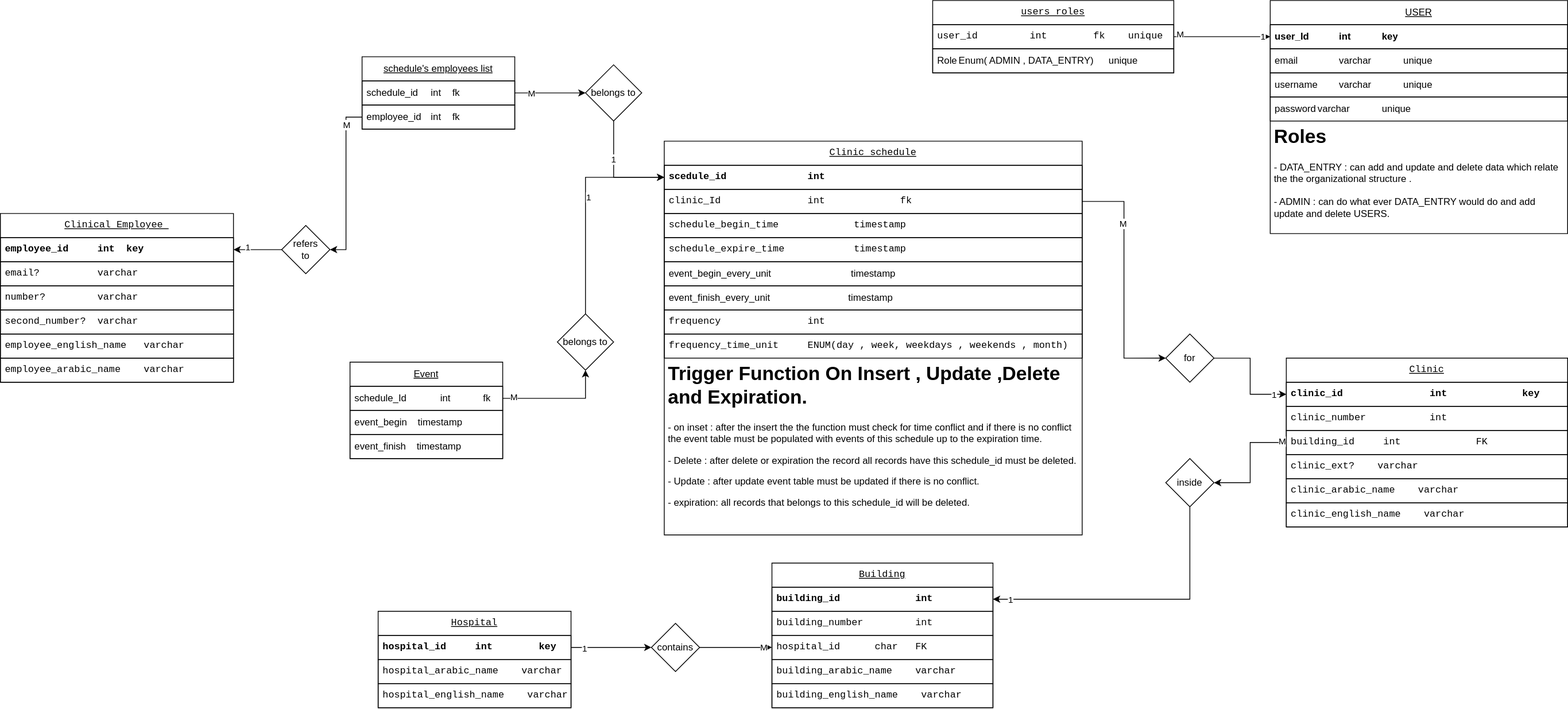
Abdullah-Khawahir/clinics-schedules keeps this draw.io diagram as etc/imgs/database.drawio.svg. Above is the earlier version. Source tidied: cells renumbered, new cells last; positions are measured from the earlier drawing's top-left corner, leaving out a move shared by most shapes.
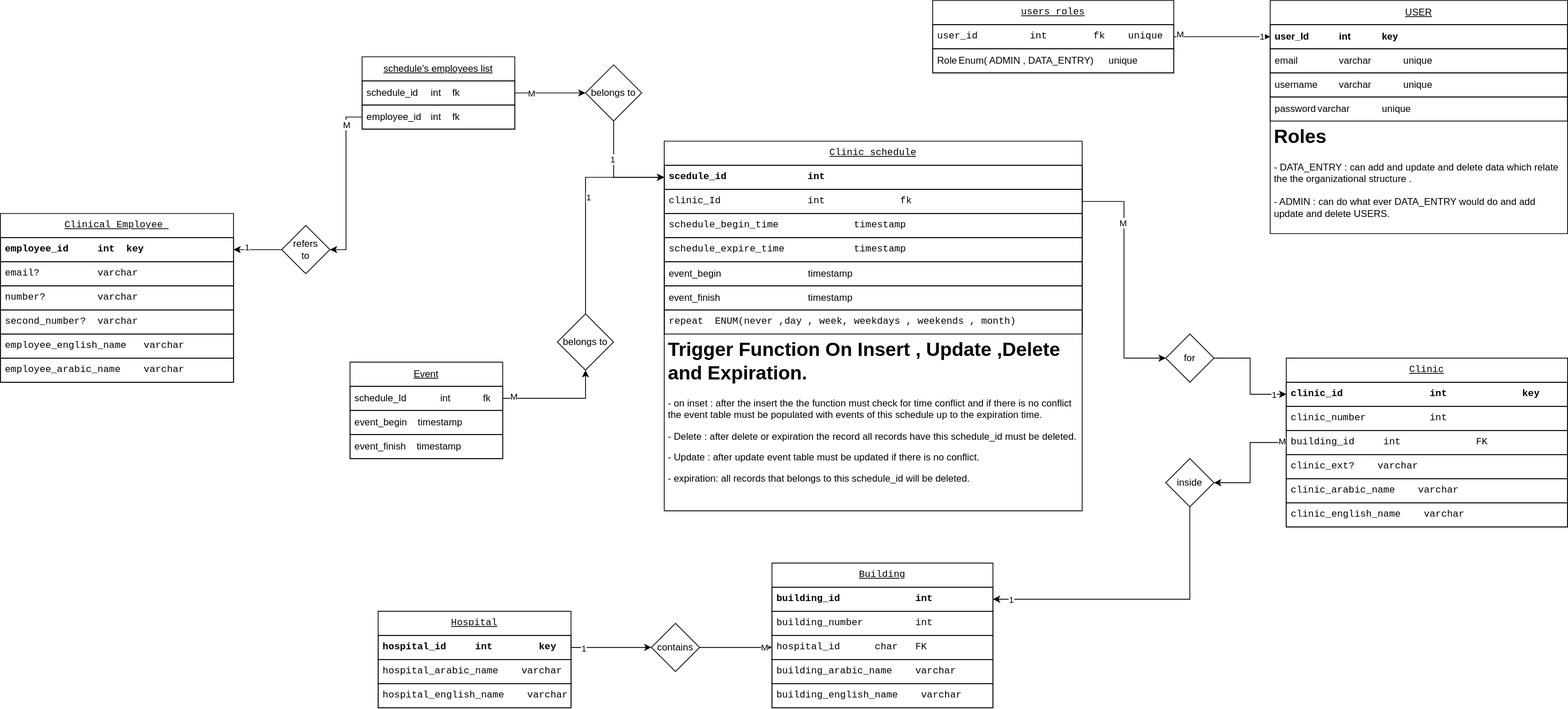
After the change.

Change to the diagram source:
```diff
@@ -75,7 +75,7 @@
       <mxGeometry y="180" width="290" height="30" as="geometry" />
     </mxCell>
     <mxCell id="26" value="Clinic schedule" style="swimlane;fontStyle=4;horizontal=1;startSize=30;whiteSpace=wrap;html=1;fontFamily=monospace;" parent="1" vertex="1">
-      <mxGeometry x="826" y="175" width="520" height="490" as="geometry" />
+      <mxGeometry x="826" y="175" width="520" height="460" as="geometry" />
     </mxCell>
     <mxCell id="27" value="scedule_id&lt;span style=&quot;white-space: pre;&quot;&gt;&#9;&lt;/span&gt;&lt;span style=&quot;white-space: pre;&quot;&gt;&#9;&lt;/span&gt;int&lt;span style=&quot;white-space: pre;&quot;&gt;&#9;&lt;/span&gt;&lt;span style=&quot;white-space: pre;&quot;&gt;&#9;&lt;/span&gt;" style="text;strokeColor=default;fillColor=none;align=left;verticalAlign=middle;spacingLeft=4;spacingRight=4;overflow=hidden;points=[[0,0.5],[1,0.5]];portConstraint=eastwest;whiteSpace=wrap;html=1;fontStyle=1;labelBorderColor=none;labelBackgroundColor=none;horizontal=1;spacingTop=0;fontFamily=monospace;" parent="26" vertex="1">
       <mxGeometry y="30" width="520" height="30" as="geometry" />
@@ -89,20 +89,17 @@
     <mxCell id="30" value="schedule_expire_time&lt;span style=&quot;&quot;&gt;&lt;span style=&quot;white-space: pre;&quot;&gt;&amp;nbsp;&amp;nbsp;&amp;nbsp;&amp;nbsp;&lt;/span&gt;&lt;/span&gt;&lt;span style=&quot;&quot;&gt;&lt;span style=&quot;white-space: pre;&quot;&gt;&amp;nbsp;&amp;nbsp;&amp;nbsp;&amp;nbsp;&lt;span style=&quot;white-space: pre;&quot;&gt;&#9;&lt;/span&gt;&lt;/span&gt;&lt;/span&gt;&lt;code class=&quot;type&quot;&gt;timestamp&lt;/code&gt;" style="text;strokeColor=default;fillColor=none;align=left;verticalAlign=middle;spacingLeft=4;spacingRight=4;overflow=hidden;whiteSpace=wrap;html=1;fontFamily=monospace;" parent="26" vertex="1">
       <mxGeometry y="120" width="520" height="30" as="geometry" />
     </mxCell>
-    <mxCell id="31" value="event_begin&lt;span style=&quot;&quot;&gt;&lt;span style=&quot;white-space: pre;&quot;&gt;_every_unit&lt;span style=&quot;white-space: pre;&quot;&gt;&#9;&lt;/span&gt;&lt;span style=&quot;white-space: pre;&quot;&gt;&#9;&lt;/span&gt;&lt;span style=&quot;white-space: pre;&quot;&gt;&#9;&lt;/span&gt;&lt;span style=&quot;white-space: pre;&quot;&gt;&#9;&lt;/span&gt;&amp;nbsp;&amp;nbsp;&amp;nbsp;&amp;nbsp;&lt;/span&gt;&lt;/span&gt;timestamp" style="text;strokeColor=default;fillColor=none;align=left;verticalAlign=middle;spacingLeft=4;spacingRight=4;overflow=hidden;whiteSpace=wrap;html=1;" parent="26" vertex="1">
+    <mxCell id="31" value="event_begin&lt;span style=&quot;&quot;&gt;&lt;span style=&quot;white-space: pre;&quot;&gt;&lt;span style=&quot;white-space: pre;&quot;&gt;&#9;&lt;/span&gt;&lt;span style=&quot;white-space: pre;&quot;&gt;&#9;&lt;/span&gt;&lt;span style=&quot;white-space: pre;&quot;&gt;&#9;&lt;/span&gt;&lt;span style=&quot;white-space: pre;&quot;&gt;&#9;&lt;/span&gt;&amp;nbsp;&amp;nbsp;&amp;nbsp;&amp;nbsp;&lt;/span&gt;&lt;/span&gt;timestamp" style="text;strokeColor=default;fillColor=none;align=left;verticalAlign=middle;spacingLeft=4;spacingRight=4;overflow=hidden;whiteSpace=wrap;html=1;" parent="26" vertex="1">
       <mxGeometry y="150" width="520" height="30" as="geometry" />
     </mxCell>
-    <mxCell id="32" value="event_finish_every_unit&lt;span style=&quot;&quot;&gt;&lt;span style=&quot;&quot;&gt; &amp;nbsp;&amp;nbsp;&lt;span style=&quot;white-space: pre;&quot;&gt;&#9;&lt;/span&gt;&lt;span style=&quot;white-space: pre;&quot;&gt;&#9;&lt;/span&gt;&lt;span style=&quot;white-space: pre;&quot;&gt;&#9;&lt;/span&gt;&amp;nbsp; &amp;nbsp;&lt;/span&gt;&lt;/span&gt;timestamp" style="text;strokeColor=default;fillColor=none;align=left;verticalAlign=middle;spacingLeft=4;spacingRight=4;overflow=hidden;whiteSpace=wrap;html=1;" parent="26" vertex="1">
+    <mxCell id="32" value="event_finish&lt;span style=&quot;&quot;&gt;&lt;span style=&quot;&quot;&gt; &amp;nbsp; &lt;span style=&quot;white-space: pre;&quot;&gt;&#9;&lt;/span&gt;&lt;span style=&quot;white-space: pre;&quot;&gt;&#9;&lt;/span&gt;&lt;span style=&quot;white-space: pre;&quot;&gt;&#9;&lt;/span&gt;&amp;nbsp; &amp;nbsp;&lt;span style=&quot;white-space: pre;&quot;&gt;&#9;&lt;/span&gt;&amp;nbsp;&amp;nbsp;&amp;nbsp; &lt;/span&gt;&lt;/span&gt;timestamp" style="text;strokeColor=default;fillColor=none;align=left;verticalAlign=middle;spacingLeft=4;spacingRight=4;overflow=hidden;whiteSpace=wrap;html=1;" parent="26" vertex="1">
       <mxGeometry y="180" width="520" height="30" as="geometry" />
     </mxCell>
-    <mxCell id="33" value="frequency&lt;span style=&quot;white-space: pre;&quot;&gt;&#9;&lt;/span&gt;&lt;span style=&quot;white-space: pre;&quot;&gt;&#9;&lt;/span&gt;int" style="text;strokeColor=default;fillColor=none;align=left;verticalAlign=middle;spacingLeft=4;spacingRight=4;overflow=hidden;whiteSpace=wrap;html=1;fontFamily=monospace;" parent="26" vertex="1">
-      <mxGeometry y="210" width="520" height="30" as="geometry" />
-    </mxCell>
-    <mxCell id="34" value="&lt;span style=&quot;white-space: pre;&quot;&gt;frequency_time_unit &lt;span style=&quot;white-space: pre;&quot;&gt;&#9;&lt;/span&gt;&lt;/span&gt;ENUM(day , week, weekdays , weekends , month)" style="text;strokeColor=default;fillColor=none;align=left;verticalAlign=middle;spacingLeft=4;spacingRight=4;overflow=hidden;whiteSpace=wrap;html=1;fontFamily=monospace;" parent="26" vertex="1">
-      <mxGeometry y="240" width="520" height="30" as="geometry" />
+    <mxCell id="34" value="repeat&lt;span style=&quot;white-space: pre;&quot;&gt; &lt;span style=&quot;white-space: pre;&quot;&gt;&#9;&lt;/span&gt;&lt;/span&gt;ENUM(never ,day , week, weekdays , weekends , month)" style="text;strokeColor=default;fillColor=none;align=left;verticalAlign=middle;spacingLeft=4;spacingRight=4;overflow=hidden;whiteSpace=wrap;html=1;fontFamily=monospace;" parent="26" vertex="1">
+      <mxGeometry y="210" width="520" height="30" as="geometry" />
     </mxCell>
     <mxCell id="35" value="&lt;h1&gt;Trigger Function On Insert , Update ,Delete and Expiration.&lt;br&gt;&lt;/h1&gt;&lt;p&gt;- on inset : after the insert the the function must check for time conflict and if there is no conflict the event table must be populated with events of this schedule up to the expiration time.&lt;/p&gt;&lt;p&gt;- Delete : after delete or expiration the record all records have this schedule_id must be deleted.&lt;/p&gt;&lt;p&gt;- Update : after update event table must be updated if there is no conflict.&lt;/p&gt;- expiration: all records that belongs to this schedule_id will be deleted.&lt;br&gt;&lt;p&gt; &lt;/p&gt;" style="text;html=1;strokeColor=none;fillColor=none;spacing=5;spacingTop=-20;whiteSpace=wrap;overflow=hidden;rounded=0;" parent="26" vertex="1">
-      <mxGeometry y="270" width="520" height="220" as="geometry" />
+      <mxGeometry y="240" width="520" height="220" as="geometry" />
     </mxCell>
     <mxCell id="36" style="edgeStyle=orthogonalEdgeStyle;rounded=0;jettySize=auto;html=1;" parent="1" edge="1" source="47" target="9">
       <mxGeometry relative="1" as="geometry" />
```
